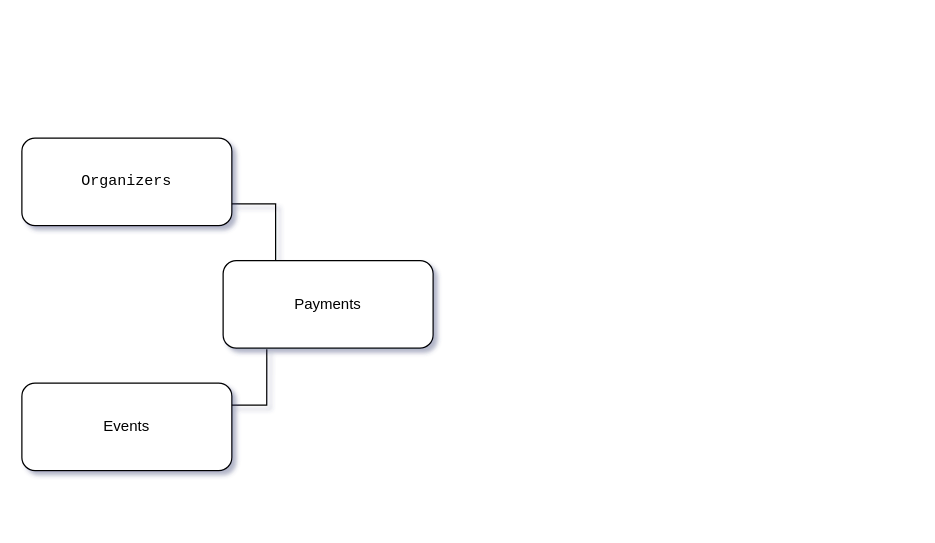
Above: relacionamento.drawio in sandromaia87/crossfit (draw.io), before the change. Source tidied: cells renumbered, new cells numbered last; positions are measured from the earlier drawing's top-left corner, leaving out a move shared by most shapes. Both pictures are drawn from the tidied source at 125%, with x=0, y=0 at pixel (21, 138).
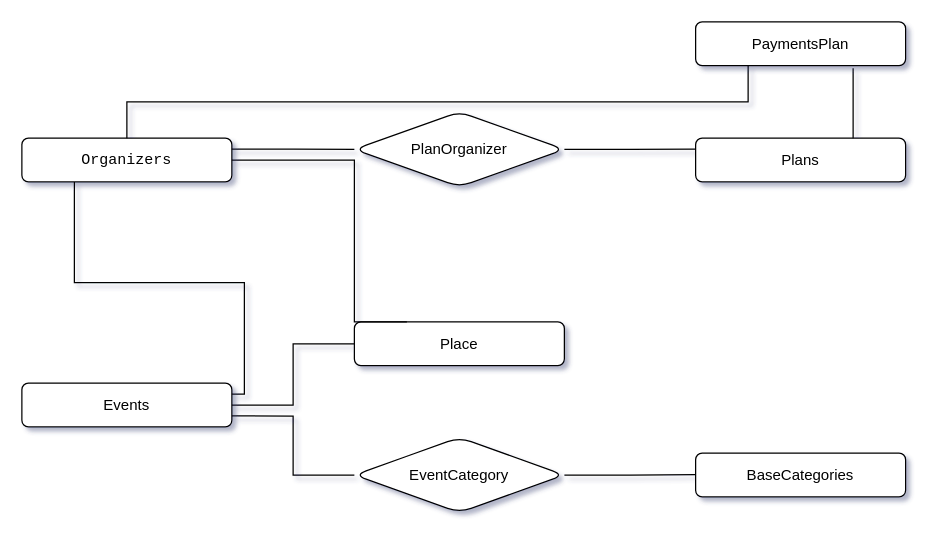
The same diagram, later.

The edit, as a diff of the source:
```diff
@@
     <mxCell id="2" value="&lt;pre dir=&quot;ltr&quot; style=&quot;text-align:left&quot; id=&quot;tw-target-text&quot; class=&quot;tw-data-text tw-text-large tw-ta&quot;&gt;Organizers&lt;/pre&gt;" style="whiteSpace=wrap;html=1;align=center;rounded=1;" parent="1" vertex="1">
-      <mxGeometry width="168" height="70" as="geometry" />
+      <mxGeometry width="168" height="35" as="geometry" />
     </mxCell>
     <mxCell id="3" value="Events" style="whiteSpace=wrap;html=1;align=center;rounded=1;" parent="1" vertex="1">
-      <mxGeometry y="196" width="168" height="70" as="geometry" />
+      <mxGeometry y="196" width="168" height="35" as="geometry" />
     </mxCell>
-    <mxCell id="4" value="&lt;div&gt;Payments&lt;/div&gt;" style="whiteSpace=wrap;html=1;align=center;rounded=1;" parent="1" vertex="1">
-      <mxGeometry x="161" y="98" width="168" height="70" as="geometry" />
-    </mxCell>
-    <mxCell id="5" style="endArrow=none;html=1;rounded=0;exitX=1;exitY=0.25;exitDx=0;exitDy=0;entryX=0.208;entryY=1.014;entryDx=0;entryDy=0;entryPerimeter=0;edgeStyle=orthogonalEdgeStyle;" parent="1" edge="1" source="3" target="4">
+    <mxCell id="5" style="endArrow=none;html=1;rounded=0;exitX=1;exitY=0.25;exitDx=0;exitDy=0;entryX=0.25;entryY=1;entryDx=0;entryDy=0;edgeStyle=orthogonalEdgeStyle;" parent="1" edge="1" source="3" target="2">
       <mxGeometry relative="1" as="geometry" />
     </mxCell>
-    <mxCell id="6" style="endArrow=none;html=1;rounded=0;entryX=1;entryY=0.75;entryDx=0;entryDy=0;exitX=0.25;exitY=0;exitDx=0;exitDy=0;edgeStyle=orthogonalEdgeStyle;" parent="1" edge="1" source="4" target="2">
-      <mxGeometry relative="1" as="geometry" />
-    </mxCell>
+    <mxCell id="7" value="&lt;div&gt;Plans&lt;/div&gt;" style="whiteSpace=wrap;html=1;align=center;rounded=1;" parent="1" vertex="1">
+      <mxGeometry x="539" width="168" height="35" as="geometry" />
+    </mxCell>
+    <mxCell id="8" value="&lt;div&gt;Place&lt;/div&gt;" style="whiteSpace=wrap;html=1;align=center;rounded=1;" parent="1" vertex="1">
+      <mxGeometry x="266" y="147" width="168" height="35" as="geometry" />
+    </mxCell>
+    <mxCell id="9" style="endArrow=none;html=1;rounded=0;entryX=0;entryY=0.5;entryDx=0;entryDy=0;exitX=1;exitY=0.25;exitDx=0;exitDy=0;edgeStyle=orthogonalEdgeStyle;" parent="1" edge="1" source="2" target="10">
+      <mxGeometry relative="1" as="geometry" />
+    </mxCell>
+    <mxCell id="10" value="PlanOrganizer" style="shape=rhombus;perimeter=rhombusPerimeter;whiteSpace=wrap;html=1;align=center;rounded=1;" parent="1" vertex="1">
+      <mxGeometry x="266" y="-21" width="168" height="60" as="geometry" />
+    </mxCell>
+    <mxCell id="11" style="endArrow=none;html=1;rounded=0;entryX=0;entryY=0.25;entryDx=0;entryDy=0;exitX=1;exitY=0.5;exitDx=0;exitDy=0;edgeStyle=orthogonalEdgeStyle;" parent="1" edge="1" source="10" target="7">
+      <mxGeometry relative="1" as="geometry" />
+    </mxCell>
+    <mxCell id="12" value="&lt;div&gt;PaymentsPlan&lt;/div&gt;" style="whiteSpace=wrap;html=1;align=center;rounded=1;" parent="1" vertex="1">
+      <mxGeometry x="539" y="-93" width="168" height="35" as="geometry" />
+    </mxCell>
+    <mxCell id="13" style="endArrow=none;html=1;rounded=0;exitX=0.75;exitY=0;exitDx=0;exitDy=0;edgeStyle=orthogonalEdgeStyle;" parent="1" edge="1" source="7">
+      <mxGeometry relative="1" as="geometry">
+        <mxPoint x="665" y="-56" as="targetPoint" />
+      </mxGeometry>
+    </mxCell>
+    <mxCell id="14" style="endArrow=none;html=1;rounded=0;entryX=0.25;entryY=1;entryDx=0;entryDy=0;exitX=0.5;exitY=0;exitDx=0;exitDy=0;edgeStyle=orthogonalEdgeStyle;" parent="1" edge="1" source="2" target="12">
+      <mxGeometry relative="1" as="geometry" />
+    </mxCell>
+    <mxCell id="15" style="endArrow=none;html=1;rounded=0;entryX=1;entryY=0.5;entryDx=0;entryDy=0;exitX=0.25;exitY=0;exitDx=0;exitDy=0;edgeStyle=orthogonalEdgeStyle;" parent="1" edge="1" source="8" target="2">
+      <mxGeometry relative="1" as="geometry">
+        <Array as="points">
+          <mxPoint x="266" y="147" />
+          <mxPoint x="266" y="18" />
+        </Array>
+      </mxGeometry>
+    </mxCell>
+    <mxCell id="16" style="endArrow=none;html=1;rounded=0;entryX=1;entryY=0.5;entryDx=0;entryDy=0;exitX=0;exitY=0.5;exitDx=0;exitDy=0;edgeStyle=orthogonalEdgeStyle;" parent="1" edge="1" source="8" target="3">
+      <mxGeometry relative="1" as="geometry" />
+    </mxCell>
+    <mxCell id="17" value="BaseCategories" style="whiteSpace=wrap;html=1;align=center;rounded=1;" parent="1" vertex="1">
+      <mxGeometry x="539" y="252" width="168" height="35" as="geometry" />
+    </mxCell>
+    <mxCell id="18" style="endArrow=none;html=1;rounded=0;entryX=0;entryY=0.5;entryDx=0;entryDy=0;exitX=1;exitY=0.75;exitDx=0;exitDy=0;edgeStyle=orthogonalEdgeStyle;" parent="1" edge="1" source="3" target="19">
+      <mxGeometry relative="1" as="geometry" />
+    </mxCell>
+    <mxCell id="19" value="EventCategory" style="shape=rhombus;perimeter=rhombusPerimeter;whiteSpace=wrap;html=1;align=center;rounded=1;" parent="1" vertex="1">
+      <mxGeometry x="266" y="239.5" width="168" height="60" as="geometry" />
+    </mxCell>
+    <mxCell id="20" style="endArrow=none;html=1;rounded=0;entryX=0;entryY=0.25;entryDx=0;entryDy=0;exitX=1;exitY=0.5;exitDx=0;exitDy=0;edgeStyle=orthogonalEdgeStyle;" parent="1" edge="1" source="19">
+      <mxGeometry relative="1" as="geometry">
+        <mxPoint x="539" y="269.2" as="targetPoint" />
+      </mxGeometry>
+    </mxCell>
```
